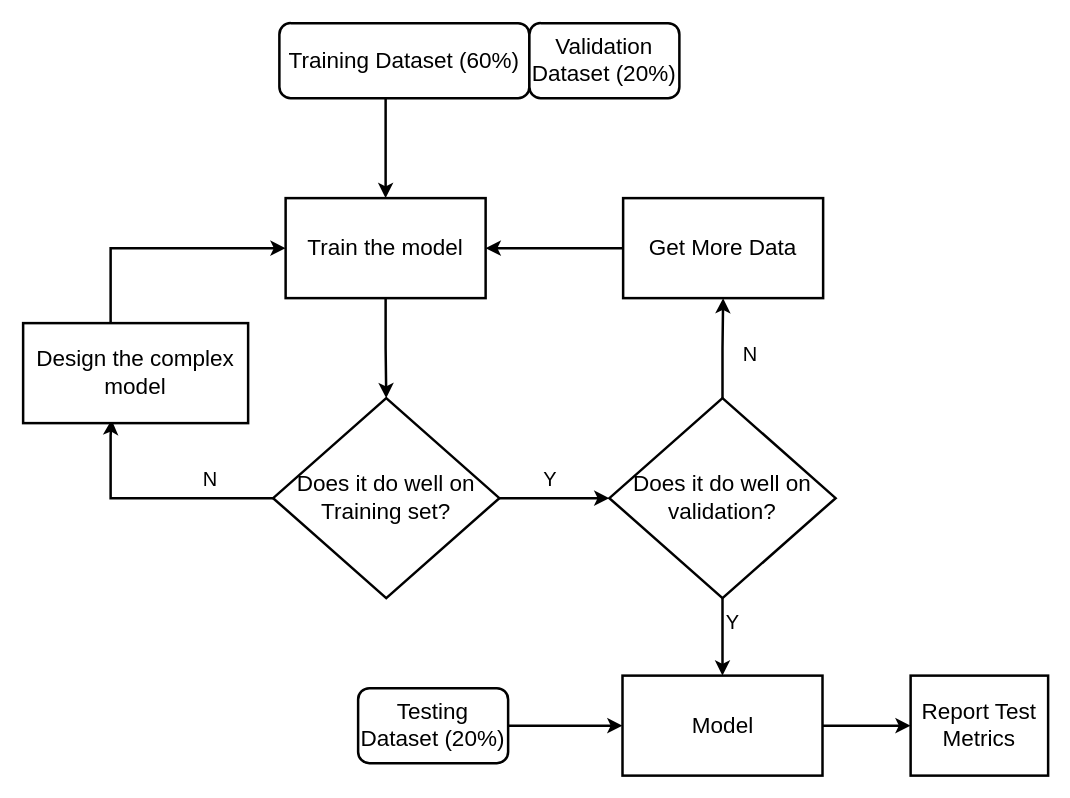
mzndnes/resume keeps this draw.io diagram as evaluation.drawio. Above is the earlier version. Source tidied: cells renumbered, new cells numbered last; positions are measured from the earlier drawing's top-left corner, leaving out a move shared by most shapes. Both pictures are drawn from the tidied source at 125%, with x=0, y=0 at pixel (22, 22).
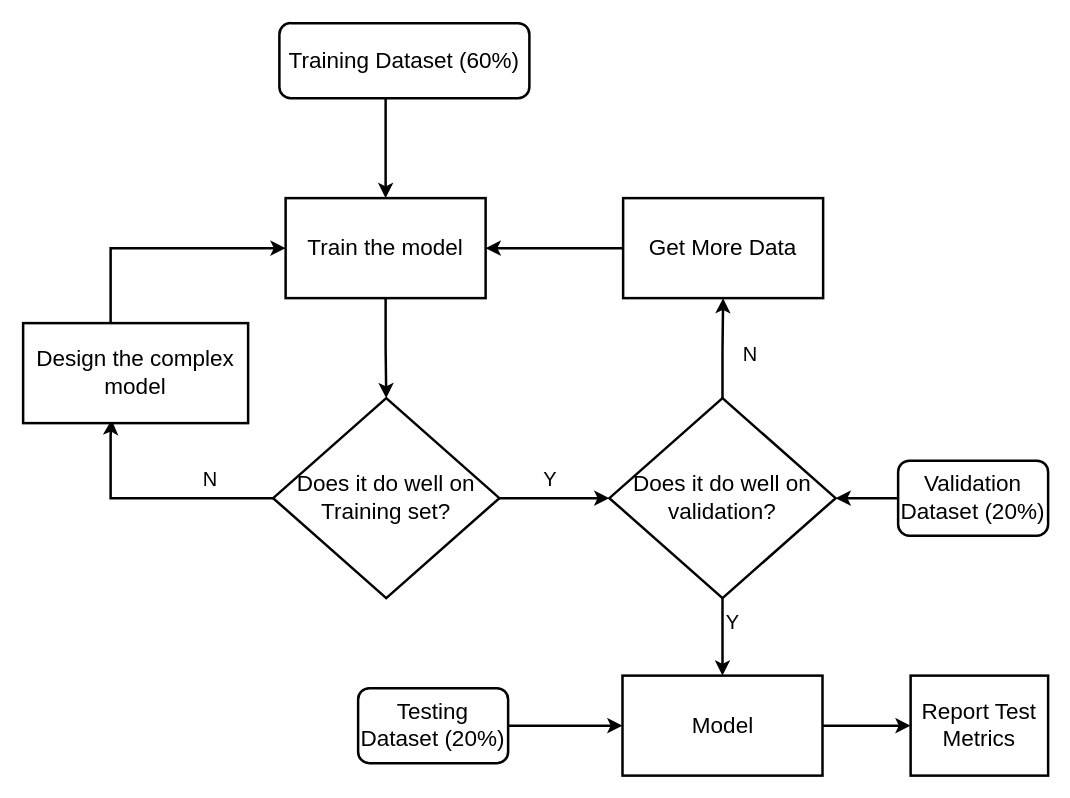
The same diagram, later.

Unchanged cells that the change refers to:
```xml
<mxCell id="15" value="Does it do well on validation?" style="rhombus;whiteSpace=wrap;html=1;strokeWidth=2;fontSize=18;" parent="1" vertex="1">
  <mxGeometry x="469" y="300" width="181" height="160" as="geometry" />
</mxCell>
```

Change to the diagram source:
```diff
@@
+    <mxCell id="26" style="edgeStyle=orthogonalEdgeStyle;rounded=0;jettySize=auto;html=1;strokeWidth=2;" parent="1" edge="1" source="25" target="15">
+      <mxGeometry relative="1" as="geometry" />
+    </mxCell>
     <mxCell id="25" value="Validation Dataset (20%)" style="rounded=1;whiteSpace=wrap;html=1;strokeWidth=2;fontSize=18;" parent="1" vertex="1">
-      <mxGeometry x="405" width="120" height="60" as="geometry" />
+      <mxGeometry x="700" y="350" width="120" height="60" as="geometry" />
     </mxCell>
```
